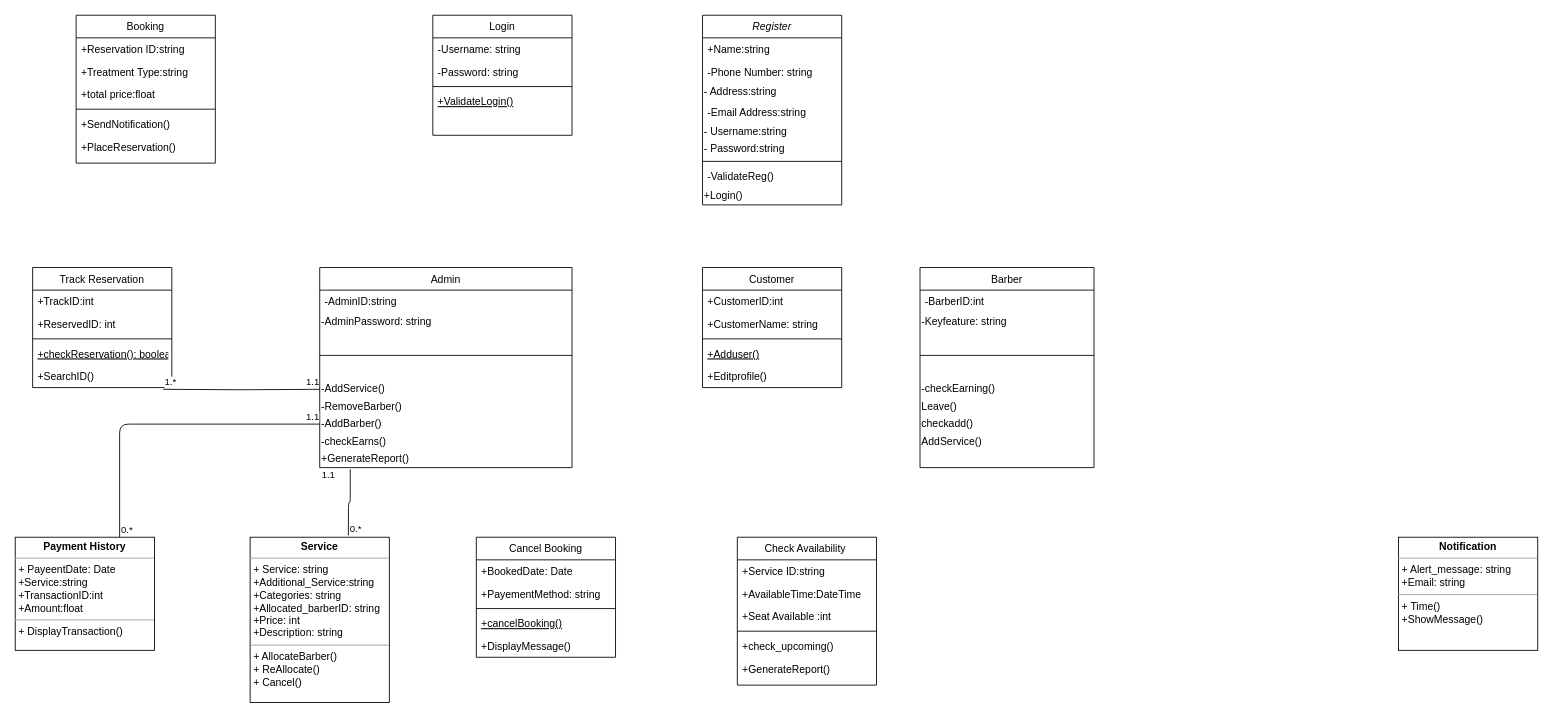
Earlier version of the draw.io diagram Untitled Diagram.drawio (harshvashi/hv). Source tidied: cells renumbered, new cells numbered last; positions are measured from the earlier drawing's top-left corner, leaving out a move shared by most shapes. Both pictures are drawn from the tidied source at 87%, with x=0, y=0 at pixel (15, 15).
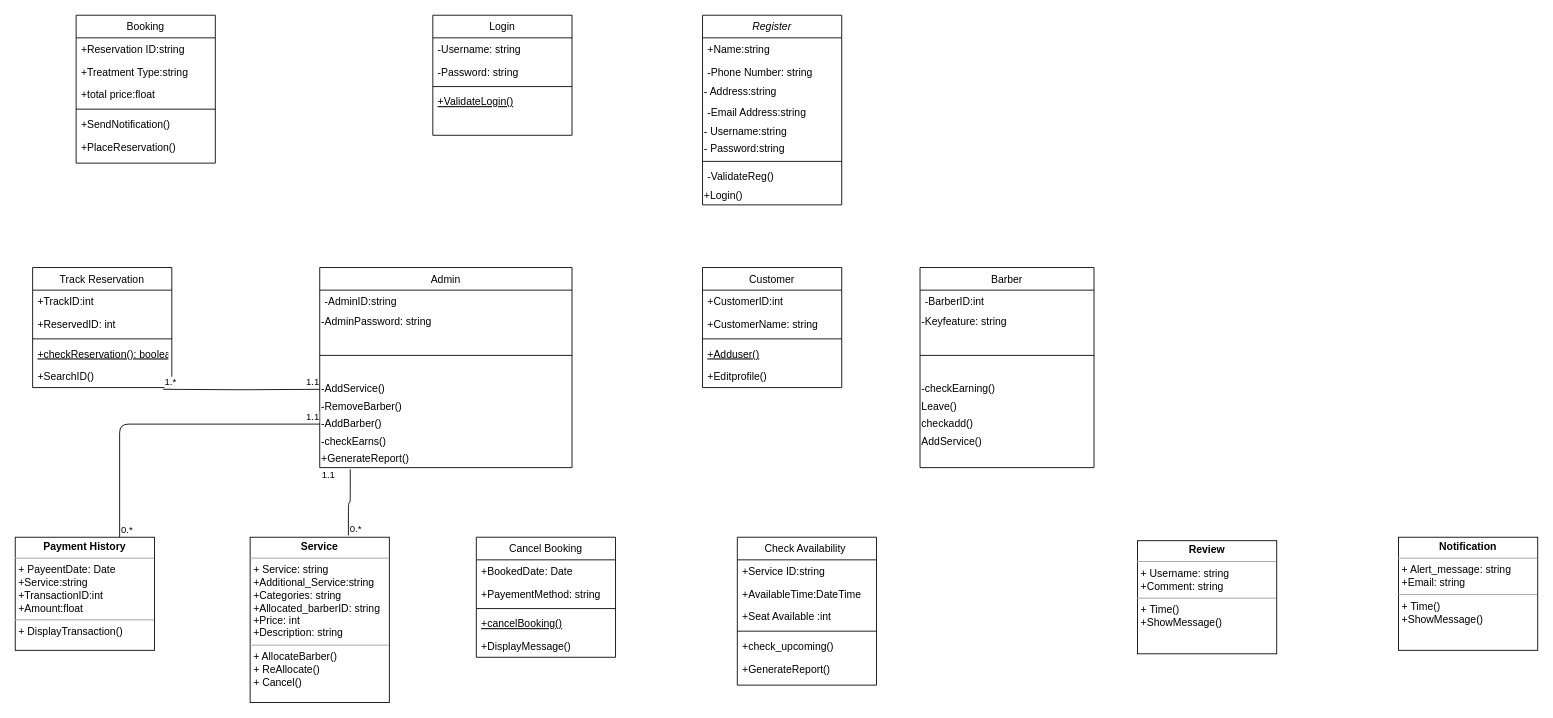
After the change.

Diff of the diagram source:
```diff
@@
+    <mxCell id="78" value="&lt;p style=&quot;margin: 0px ; margin-top: 4px ; text-align: center&quot;&gt;&lt;b&gt;Review&lt;/b&gt;&lt;/p&gt;&lt;hr size=&quot;1&quot;&gt;&lt;p style=&quot;margin: 0px ; margin-left: 4px&quot;&gt;+ Username: string&lt;/p&gt;&lt;p style=&quot;margin: 0px ; margin-left: 4px&quot;&gt;+Comment: string&lt;/p&gt;&lt;hr size=&quot;1&quot;&gt;&lt;p style=&quot;margin: 0px ; margin-left: 4px&quot;&gt;+ Time()&lt;/p&gt;&lt;p style=&quot;margin: 0px ; margin-left: 4px&quot;&gt;+ShowMessage()&lt;/p&gt;&lt;p style=&quot;margin: 0px ; margin-left: 4px&quot;&gt;&lt;br&gt;&lt;/p&gt;" style="verticalAlign=top;align=left;overflow=fill;fontSize=12;fontFamily=Helvetica;html=1;" parent="1" vertex="1">
+      <mxGeometry x="1290" y="604" width="160" height="130" as="geometry" />
+    </mxCell>
```
